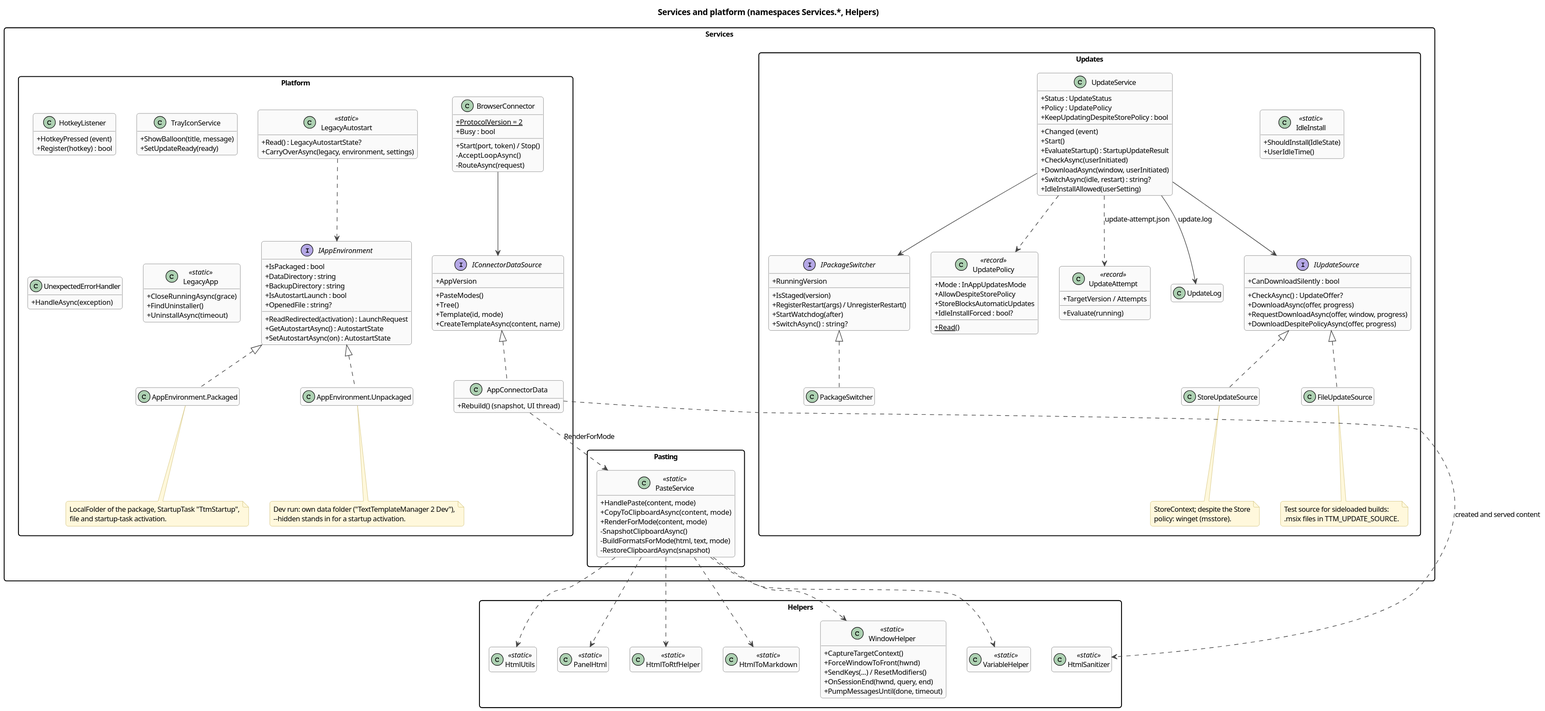
Before: docs/architecture/diagrams/class-services.svg, a diagram exported from PlantUML (halatsWol/TextTemplateManager-v2).
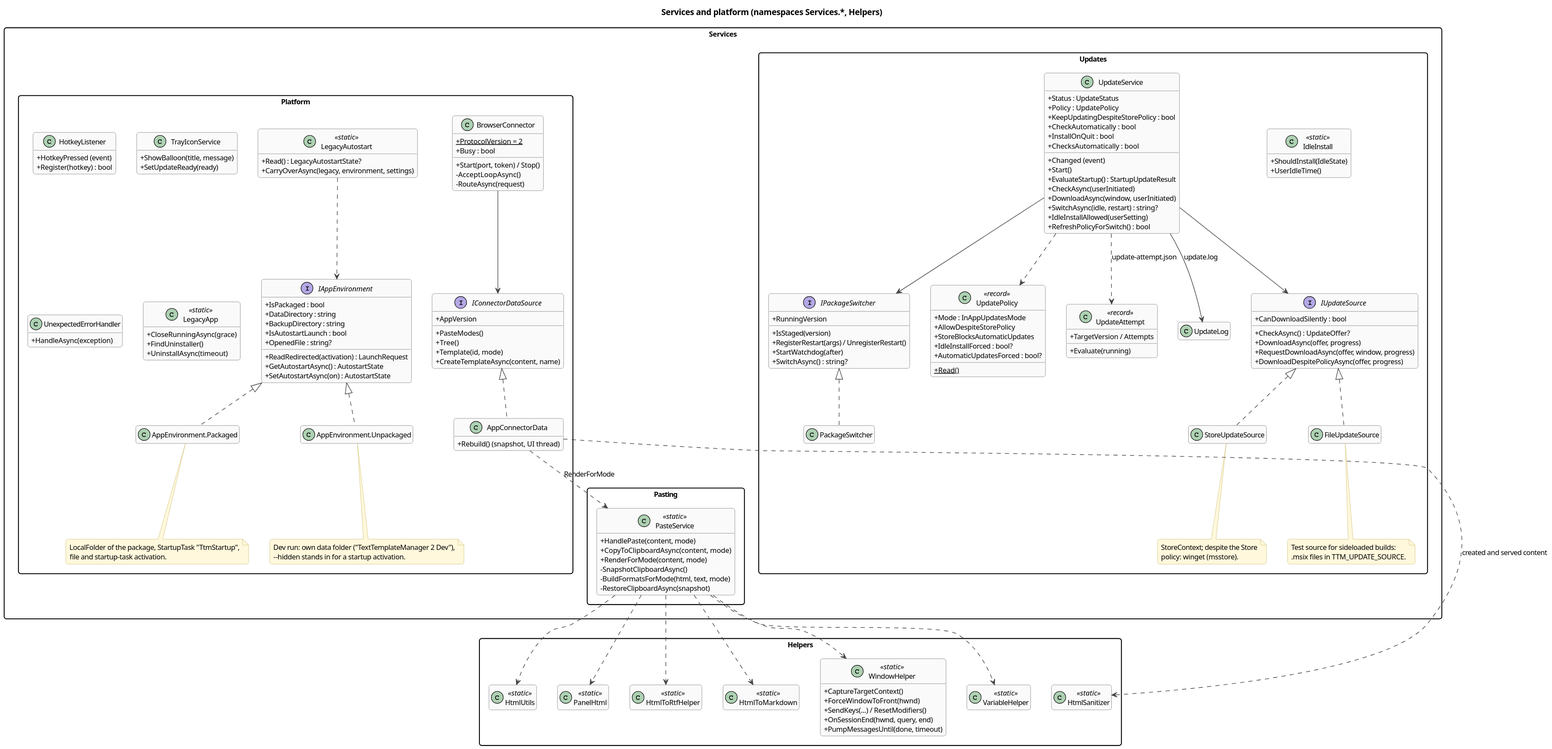
Later version of the same file.

Diff of the diagram source:
```diff
@@ -91,6 +91,10 @@
     +SwitchAsync(idle, restart) : string?
     +IdleInstallAllowed(userSetting)
     +KeepUpdatingDespiteStorePolicy : bool
+    +CheckAutomatically : bool
+    +InstallOnQuit : bool
+    +ChecksAutomatically : bool
+    +RefreshPolicyForSwitch() : bool
   }
   interface IUpdateSource {
     +CheckAsync() : UpdateOffer?
@@ -125,6 +129,7 @@
     +AllowDespiteStorePolicy
     +StoreBlocksAutomaticUpdates
     +IdleInstallForced : bool?
+    +AutomaticUpdatesForced : bool?
     +{static} Read()
   }
   class UpdateAttempt <<record>> {
```
